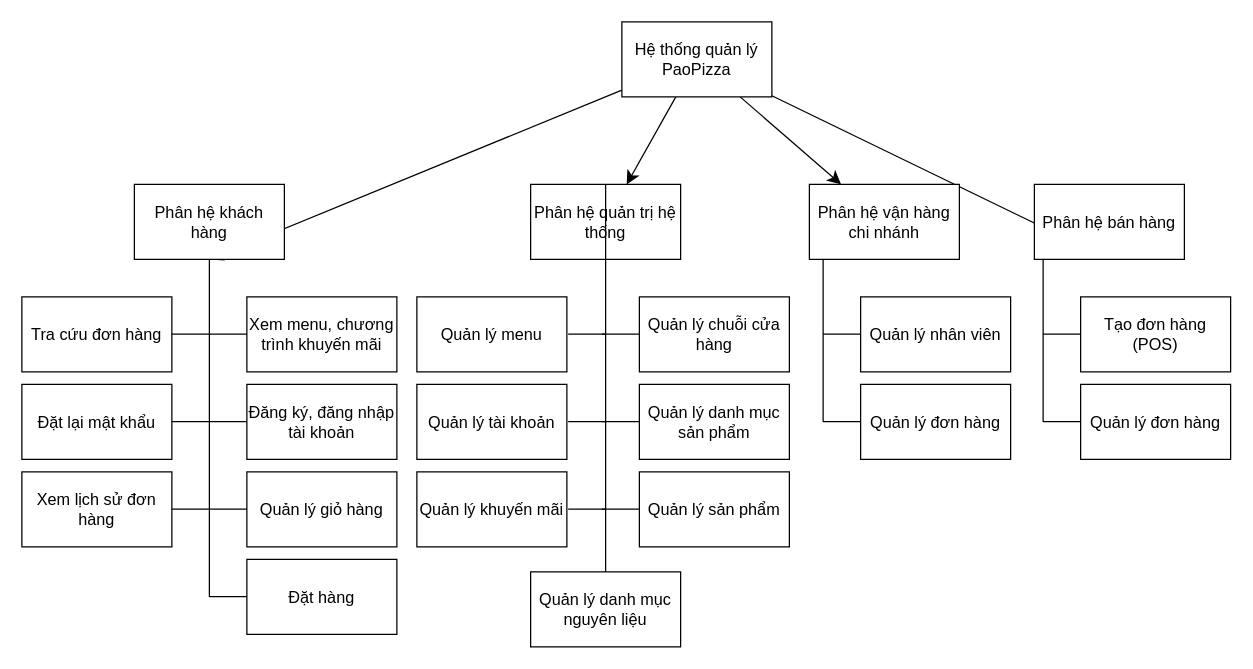
Earlier version of the draw.io diagram drawDiagram/Sơ đồ chức năng.drawio (thienhanaylai/be-paopizza). Source tidied: cells renumbered, new cells numbered last; positions are measured from the earlier drawing's top-left corner, leaving out a move shared by most shapes. Both pictures are drawn from the tidied source at 125%, with x=0, y=0 at pixel (21, 21).
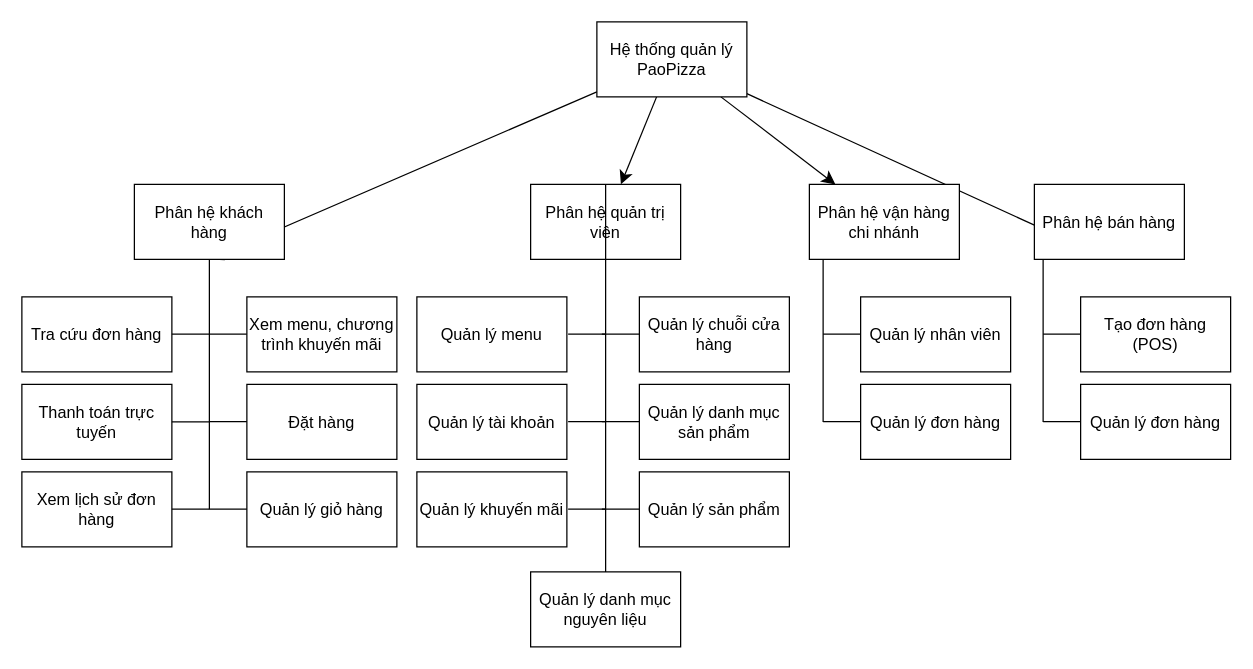
After the change.

What changed in the source:
```diff
@@
     <mxCell id="6" value="Hệ thống quản lý PaoPizza" style="rounded=0;whiteSpace=wrap;html=1;fontSize=13;" parent="1" vertex="1">
-      <mxGeometry x="480" width="120" height="60" as="geometry" />
+      <mxGeometry x="460" width="120" height="60" as="geometry" />
     </mxCell>
@@
-    <mxCell id="10" value="Phân hệ quản trị hệ thống" style="rounded=0;whiteSpace=wrap;html=1;flipH=1;legacyAnchorPoints=0;flipV=1;fontSize=13;" parent="1" vertex="1">
+    <mxCell id="10" value="Phân hệ quản trị viên" style="rounded=0;whiteSpace=wrap;html=1;flipH=1;legacyAnchorPoints=0;flipV=1;fontSize=13;" parent="1" vertex="1">
       <mxGeometry x="407" y="130" width="120" height="60" as="geometry" />
     </mxCell>
-    <mxCell id="11" value="Đăng ký, đăng nhập&lt;div&gt;tài khoản&lt;/div&gt;" style="rounded=0;whiteSpace=wrap;html=1;fontSize=13;" parent="1" vertex="1">
-      <mxGeometry x="180" y="290" width="120" height="60" as="geometry" />
-    </mxCell>
@@
     <mxCell id="13" value="Đặt hàng" style="rounded=0;whiteSpace=wrap;html=1;fontSize=13;" parent="1" vertex="1">
-      <mxGeometry x="180" y="430" width="120" height="60" as="geometry" />
+      <mxGeometry x="180" y="290" width="120" height="60" as="geometry" />
     </mxCell>
@@
     <mxCell id="25" style="endArrow=none;html=1;rounded=0;fontSize=13;startSize=8;endSize=8;curved=1;" parent="1" edge="1">
       <mxGeometry relative="1" as="geometry">
-        <mxPoint x="150" y="460" as="sourcePoint" />
+        <mxPoint x="150" y="390" as="sourcePoint" />
         <mxPoint x="150" y="190" as="targetPoint" />
       </mxGeometry>
     </mxCell>
@@
     <mxCell id="27" style="endArrow=none;html=1;rounded=0;fontSize=13;startSize=8;endSize=8;curved=1;" parent="1" edge="1">
       <mxGeometry relative="1" as="geometry">
-        <mxPoint x="150" y="459.8" as="sourcePoint" />
-        <mxPoint x="180" y="459.8" as="targetPoint" />
+        <mxPoint x="150" y="319.8" as="sourcePoint" />
+        <mxPoint x="180" y="319.8" as="targetPoint" />
       </mxGeometry>
     </mxCell>
@@
-    <mxCell id="29" style="endArrow=none;html=1;rounded=0;fontSize=13;startSize=8;endSize=8;curved=1;" parent="1" edge="1">
-      <mxGeometry relative="1" as="geometry">
-        <mxPoint x="150" y="319.8" as="sourcePoint" />
-        <mxPoint x="180" y="319.8" as="targetPoint" />
-      </mxGeometry>
-    </mxCell>
@@
-    <mxCell id="47" value="Đặt lại mật khẩu" style="rounded=0;whiteSpace=wrap;html=1;fontSize=13;" parent="1" vertex="1">
-      <mxGeometry y="290" width="120" height="60" as="geometry" />
-    </mxCell>
-    <mxCell id="48" style="endArrow=none;html=1;rounded=0;fontSize=13;startSize=8;endSize=8;curved=1;" parent="1" edge="1">
-      <mxGeometry relative="1" as="geometry">
-        <mxPoint x="120" y="319.8" as="sourcePoint" />
-        <mxPoint x="150" y="319.8" as="targetPoint" />
-      </mxGeometry>
-    </mxCell>
@@
+    <mxCell id="50" value="Thanh toán trực tuyến" style="rounded=0;whiteSpace=wrap;html=1;fontSize=13;" parent="1" vertex="1">
+      <mxGeometry y="290" width="120" height="60" as="geometry" />
+    </mxCell>
+    <mxCell id="51" style="endArrow=none;html=1;rounded=0;fontSize=13;startSize=8;endSize=8;curved=1;" parent="1" edge="1">
+      <mxGeometry relative="1" as="geometry">
+        <mxPoint x="120" y="319.9" as="sourcePoint" />
+        <mxPoint x="150" y="319.9" as="targetPoint" />
+      </mxGeometry>
+    </mxCell>
```
